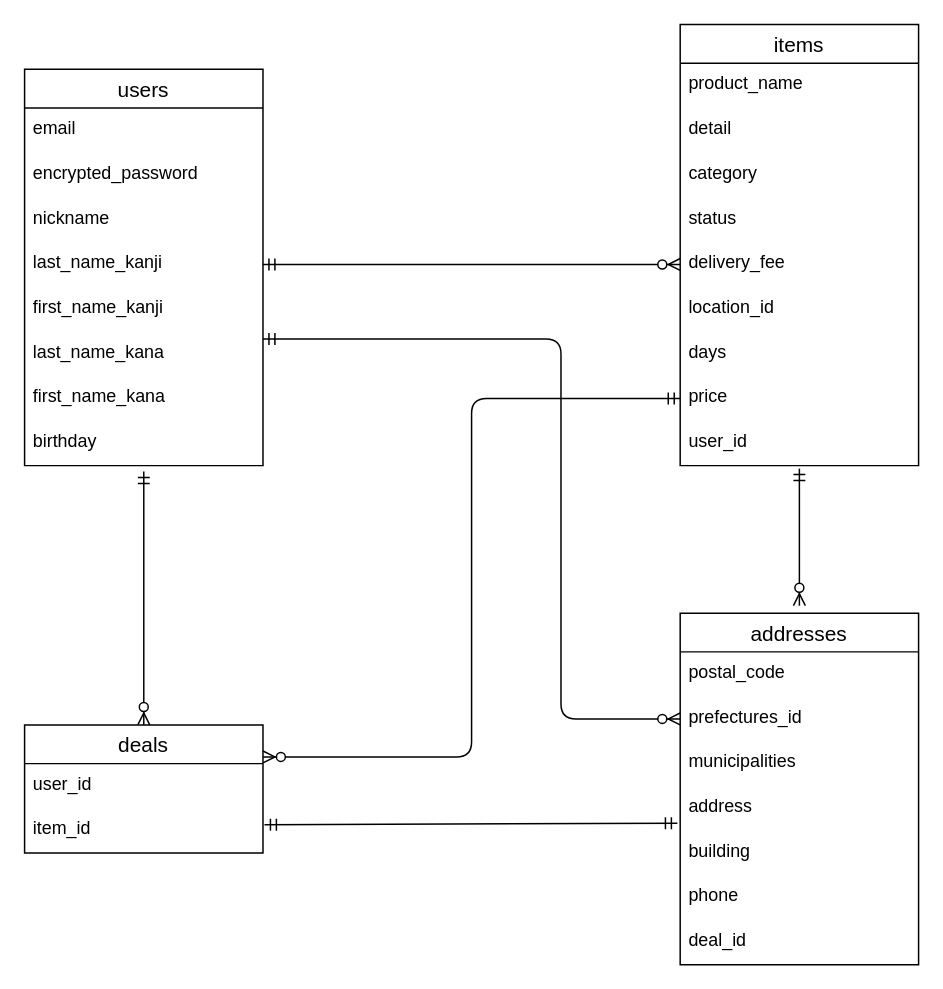
Above: user.dio in junta-nakamura/furima---34773 (draw.io), before the change. Source tidied: cells renumbered, new cells numbered last; positions are measured from the earlier drawing's top-left corner, leaving out a move shared by most shapes. Both pictures are drawn from the tidied source at 149%, with x=0, y=0 at pixel (24, 24).
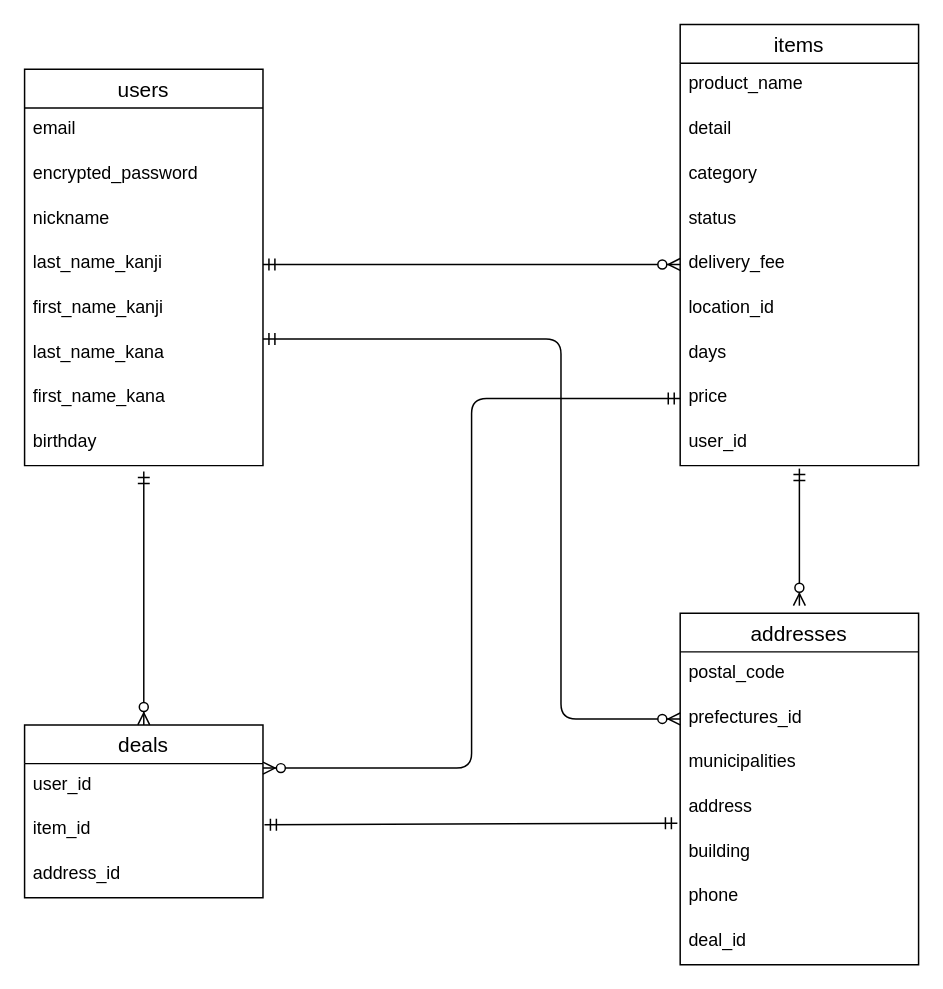
After the change.

Diff of the diagram source:
```diff
@@
     <mxCell id="22" value="deals" style="swimlane;fontStyle=0;horizontal=1;startSize=26;align=center;fontSize=14;" parent="1" vertex="1">
-      <mxGeometry y="470" width="160" height="86" as="geometry" />
+      <mxGeometry y="470" width="160" height="116" as="geometry" />
     </mxCell>
@@
+    <mxCell id="38" value="item_id" style="text;strokeColor=none;fillColor=none;spacingLeft=4;spacingRight=4;overflow=hidden;fontSize=12;" parent="22" vertex="1">
+      <mxGeometry y="56" width="160" height="30" as="geometry" />
+    </mxCell>
-    <mxCell id="24" value="item_id" style="text;strokeColor=none;fillColor=none;spacingLeft=4;spacingRight=4;overflow=hidden;fontSize=12;" parent="22" vertex="1">
-      <mxGeometry y="56" width="160" height="30" as="geometry" />
+    <mxCell id="24" value="address_id" style="text;strokeColor=none;fillColor=none;spacingLeft=4;spacingRight=4;overflow=hidden;fontSize=12;" parent="22" vertex="1">
+      <mxGeometry y="86" width="160" height="30" as="geometry" />
     </mxCell>
```
